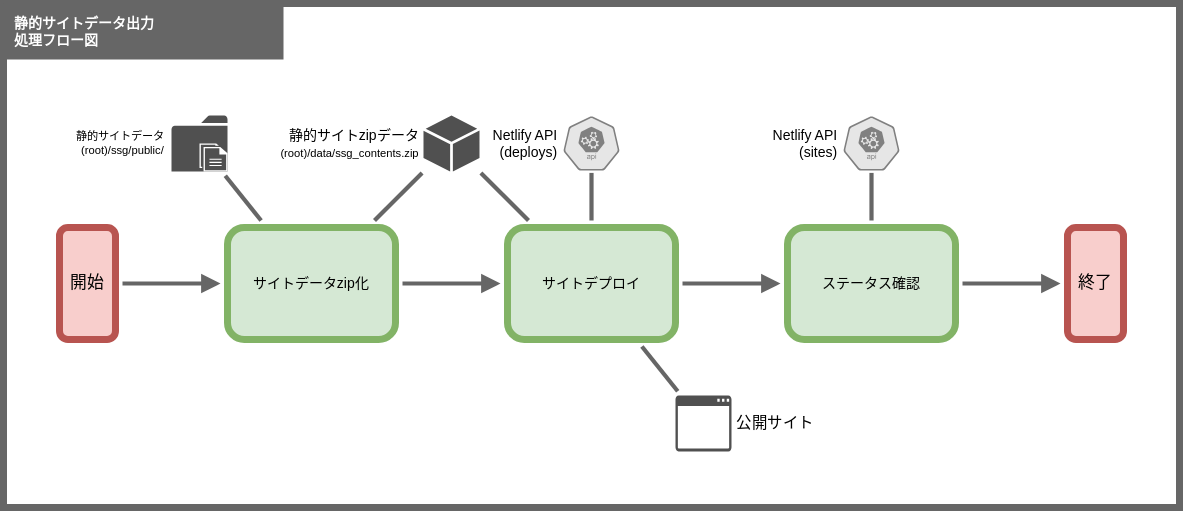
Before: doc/201_設計/01510205_サイト公開_処理フロー図.drawio.svg, a diagram exported from draw.io (take4bcreators/cafe-train-prj). Source tidied: cells renumbered, new cells last; positions are measured from the earlier drawing's top-left corner, leaving out a move shared by most shapes.
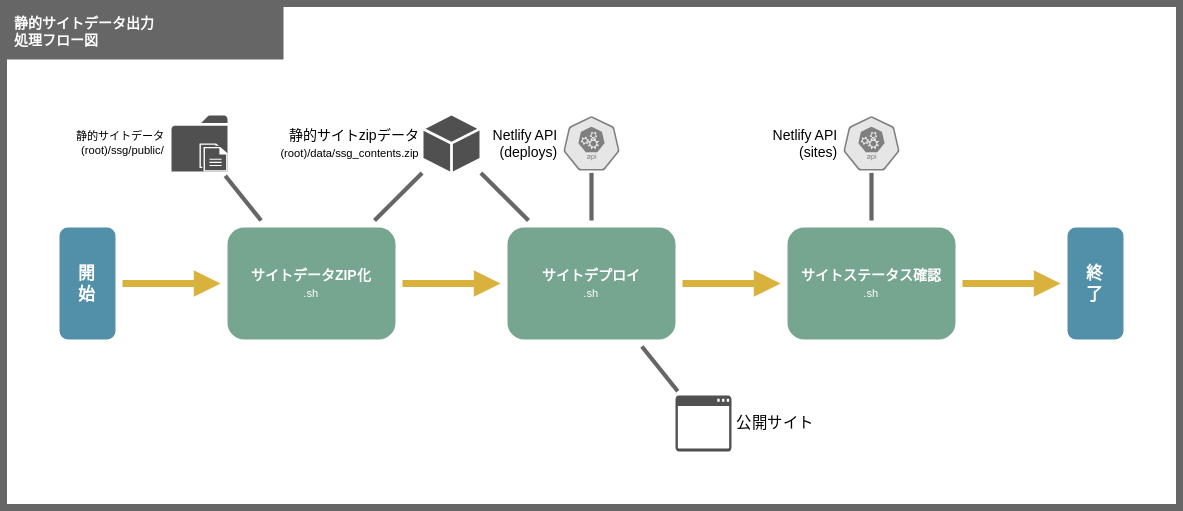
Above is the later version.

What changed in the source:
```diff
@@ -6,30 +6,15 @@
       <mxGeometry width="840" height="360" as="geometry" />
     </mxCell>
     <mxCell id="3" value="メイン" parent="0" />
-    <mxCell id="4" value="サイトデータzip化" style="rounded=1;whiteSpace=wrap;html=1;fillColor=#d5e8d4;strokeColor=#82b366;strokeWidth=5;fontSize=10;perimeterSpacing=5;" parent="3" vertex="1">
-      <mxGeometry x="160" y="160" width="120" height="80" as="geometry" />
-    </mxCell>
-    <mxCell id="5" style="edgeStyle=none;html=1;endArrow=block;endFill=1;strokeColor=#666666;strokeWidth=3;" parent="3" edge="1" source="6" target="4">
-      <mxGeometry relative="1" as="geometry" />
-    </mxCell>
-    <mxCell id="6" value="開始" style="rounded=1;whiteSpace=wrap;html=1;fillColor=#f8cecc;strokeColor=#b85450;strokeWidth=5;perimeterSpacing=5;" parent="3" vertex="1">
-      <mxGeometry x="40" y="160" width="40" height="80" as="geometry" />
-    </mxCell>
-    <mxCell id="7" style="edgeStyle=none;shape=connector;rounded=1;html=1;labelBackgroundColor=default;fontFamily=Helvetica;fontSize=11;fontColor=default;endArrow=none;endFill=0;strokeColor=#666666;strokeWidth=3;" parent="3" edge="1" source="13" target="4">
+    <mxCell id="7" style="edgeStyle=none;shape=connector;rounded=1;html=1;labelBackgroundColor=default;fontFamily=Helvetica;fontSize=11;fontColor=default;endArrow=none;endFill=0;strokeColor=#666666;strokeWidth=3;" parent="3" edge="1" source="13" target="28">
       <mxGeometry relative="1" as="geometry" />
     </mxCell>
-    <mxCell id="8" value="終了" style="rounded=1;whiteSpace=wrap;html=1;fillColor=#f8cecc;strokeColor=#b85450;strokeWidth=5;perimeterSpacing=5;" parent="3" vertex="1">
-      <mxGeometry x="760" y="160" width="40" height="80" as="geometry" />
-    </mxCell>
     <mxCell id="9" value="静的サイトデータ出力&lt;br&gt;処理フロー図" style="rounded=0;whiteSpace=wrap;html=1;fillColor=#666666;strokeColor=none;strokeWidth=5;fontSize=10;fontColor=#FFFFFF;align=left;spacingLeft=6;spacingRight=6;fontStyle=1;" parent="3" vertex="1">
       <mxGeometry width="200" height="40" as="geometry" />
     </mxCell>
-    <mxCell id="10" style="edgeStyle=none;shape=connector;rounded=1;html=1;labelBackgroundColor=default;fontFamily=Helvetica;fontSize=11;fontColor=default;endArrow=none;endFill=0;strokeColor=#666666;strokeWidth=3;" parent="3" edge="1" source="4" target="15">
+    <mxCell id="10" style="edgeStyle=none;shape=connector;rounded=1;html=1;labelBackgroundColor=default;fontFamily=Helvetica;fontSize=11;fontColor=default;endArrow=none;endFill=0;strokeColor=#666666;strokeWidth=3;" parent="3" edge="1" source="28" target="15">
       <mxGeometry relative="1" as="geometry" />
     </mxCell>
-    <mxCell id="11" value="サイトデプロイ" style="rounded=1;whiteSpace=wrap;html=1;fillColor=#d5e8d4;strokeColor=#82b366;strokeWidth=5;fontSize=10;perimeterSpacing=5;" parent="3" vertex="1">
-      <mxGeometry x="360" y="160" width="120" height="80" as="geometry" />
-    </mxCell>
     <mxCell id="12" value="静的サイトデータ&#10;(root)/ssg/public/" style="group;labelPosition=left;verticalLabelPosition=middle;align=right;verticalAlign=middle;spacingLeft=3;spacingRight=3;fontSize=8;perimeterSpacing=0;" parent="3" vertex="1">
       <mxGeometry x="120" y="80" width="40" height="40" as="geometry" />
     </mxCell>
@@ -42,38 +27,53 @@
     <mxCell id="15" value="静的サイトzipデータ&lt;br&gt;&lt;font style=&quot;font-size: 8px&quot;&gt;(root)/data/ssg_contents.zip&lt;/font&gt;" style="sketch=0;shadow=0;dashed=0;html=1;strokeColor=none;fillColor=#505050;labelPosition=left;verticalLabelPosition=middle;verticalAlign=middle;outlineConnect=0;align=right;shape=mxgraph.office.concepts.node_generic;fontSize=10;spacingLeft=2;spacingRight=2;perimeterSpacing=1;" parent="3" vertex="1">
       <mxGeometry x="300" y="80" width="40" height="40" as="geometry" />
     </mxCell>
-    <mxCell id="16" style="edgeStyle=none;shape=connector;rounded=1;html=1;labelBackgroundColor=default;fontFamily=Helvetica;fontSize=11;fontColor=default;endArrow=none;endFill=0;strokeColor=#666666;strokeWidth=3;" parent="3" edge="1" source="11" target="15">
+    <mxCell id="16" style="edgeStyle=none;shape=connector;rounded=1;html=1;labelBackgroundColor=default;fontFamily=Helvetica;fontSize=11;fontColor=default;endArrow=none;endFill=0;strokeColor=#666666;strokeWidth=3;" parent="3" edge="1" source="33" target="15">
       <mxGeometry relative="1" as="geometry" />
     </mxCell>
-    <mxCell id="17" style="edgeStyle=none;html=1;endArrow=block;endFill=1;strokeColor=#666666;strokeWidth=3;" parent="3" edge="1" source="4" target="11">
-      <mxGeometry relative="1" as="geometry" />
-    </mxCell>
     <mxCell id="18" value="公開サイト" style="sketch=0;shadow=0;dashed=0;html=1;strokeColor=none;fillColor=#505050;labelPosition=right;verticalLabelPosition=middle;verticalAlign=middle;outlineConnect=0;align=left;shape=mxgraph.office.concepts.application_generic;fontFamily=Helvetica;fontSize=11;fontColor=default;spacingLeft=2;spacingRight=2;perimeterSpacing=3;" parent="3" vertex="1">
       <mxGeometry x="480" y="280" width="40" height="40" as="geometry" />
     </mxCell>
-    <mxCell id="19" style="edgeStyle=none;shape=connector;rounded=1;html=1;labelBackgroundColor=default;fontFamily=Helvetica;fontSize=11;fontColor=default;endArrow=none;endFill=0;strokeColor=#666666;strokeWidth=3;" parent="3" edge="1" source="18" target="11">
+    <mxCell id="19" style="edgeStyle=none;shape=connector;rounded=1;html=1;labelBackgroundColor=default;fontFamily=Helvetica;fontSize=11;fontColor=default;endArrow=none;endFill=0;strokeColor=#666666;strokeWidth=3;" parent="3" edge="1" source="18" target="33">
       <mxGeometry relative="1" as="geometry" />
     </mxCell>
-    <mxCell id="20" value="ステータス確認" style="rounded=1;whiteSpace=wrap;html=1;fillColor=#d5e8d4;strokeColor=#82b366;strokeWidth=5;fontSize=10;perimeterSpacing=5;" parent="3" vertex="1">
-      <mxGeometry x="560" y="160" width="120" height="80" as="geometry" />
-    </mxCell>
-    <mxCell id="21" style="edgeStyle=none;html=1;endArrow=block;endFill=1;strokeColor=#666666;strokeWidth=3;" parent="3" edge="1" source="11" target="20">
-      <mxGeometry relative="1" as="geometry" />
-    </mxCell>
-    <mxCell id="22" style="edgeStyle=none;html=1;endArrow=block;endFill=1;strokeColor=#666666;strokeWidth=3;" parent="3" edge="1" source="20" target="8">
-      <mxGeometry relative="1" as="geometry" />
-    </mxCell>
     <mxCell id="23" value="&lt;font style=&quot;font-size: 10px&quot;&gt;Netlify API&lt;br&gt;(deploys)&lt;br&gt;&lt;/font&gt;" style="sketch=0;html=1;dashed=0;whitespace=wrap;fillColor=#E6E6E6;strokeColor=#808080;points=[[0.005,0.63,0],[0.1,0.2,0],[0.9,0.2,0],[0.5,0,0],[0.995,0.63,0],[0.72,0.99,0],[0.5,1,0],[0.28,0.99,0]];shape=mxgraph.kubernetes.icon;prIcon=api;fontFamily=Helvetica;fontSize=8;fontColor=default;spacingLeft=3;labelPosition=left;verticalLabelPosition=middle;align=right;verticalAlign=middle;spacingRight=3;strokeWidth=3;perimeterSpacing=1;" parent="3" vertex="1">
       <mxGeometry x="400" y="80" width="40" height="40" as="geometry" />
     </mxCell>
-    <mxCell id="24" style="edgeStyle=none;shape=connector;rounded=1;html=1;labelBackgroundColor=default;fontFamily=Helvetica;fontSize=11;fontColor=default;endArrow=none;endFill=0;strokeColor=#666666;strokeWidth=3;" parent="3" edge="1" source="11" target="23">
+    <mxCell id="24" style="edgeStyle=none;shape=connector;rounded=1;html=1;labelBackgroundColor=default;fontFamily=Helvetica;fontSize=11;fontColor=default;endArrow=none;endFill=0;strokeColor=#666666;strokeWidth=3;" parent="3" edge="1" source="33" target="23">
       <mxGeometry relative="1" as="geometry" />
     </mxCell>
     <mxCell id="25" value="&lt;font style=&quot;font-size: 10px&quot;&gt;Netlify API&lt;br&gt;(sites)&lt;br&gt;&lt;/font&gt;" style="sketch=0;html=1;dashed=0;whitespace=wrap;fillColor=#E6E6E6;strokeColor=#808080;points=[[0.005,0.63,0],[0.1,0.2,0],[0.9,0.2,0],[0.5,0,0],[0.995,0.63,0],[0.72,0.99,0],[0.5,1,0],[0.28,0.99,0]];shape=mxgraph.kubernetes.icon;prIcon=api;fontFamily=Helvetica;fontSize=8;fontColor=default;spacingLeft=3;labelPosition=left;verticalLabelPosition=middle;align=right;verticalAlign=middle;spacingRight=3;strokeWidth=3;perimeterSpacing=1;" parent="3" vertex="1">
       <mxGeometry x="600" y="80" width="40" height="40" as="geometry" />
     </mxCell>
-    <mxCell id="26" style="edgeStyle=none;shape=connector;rounded=1;html=1;labelBackgroundColor=default;fontFamily=Helvetica;fontSize=11;fontColor=default;endArrow=none;endFill=0;strokeColor=#666666;strokeWidth=3;" parent="3" edge="1" source="20" target="25">
+    <mxCell id="26" style="edgeStyle=none;shape=connector;rounded=1;html=1;labelBackgroundColor=default;fontFamily=Helvetica;fontSize=11;fontColor=default;endArrow=none;endFill=0;strokeColor=#666666;strokeWidth=3;" parent="3" edge="1" source="35" target="25">
       <mxGeometry relative="1" as="geometry" />
     </mxCell>
+    <mxCell id="27" style="edgeStyle=none;shape=connector;rounded=1;html=1;labelBackgroundColor=default;fontFamily=Helvetica;fontSize=10;fontColor=default;startArrow=none;endArrow=block;endFill=1;strokeColor=#D9B23D;strokeWidth=5;" parent="3" edge="1" source="28" target="33">
+      <mxGeometry relative="1" as="geometry" />
+    </mxCell>
+    <mxCell id="28" value="&lt;div&gt;&lt;span&gt;&lt;b&gt;サイトデータZIP化&lt;/b&gt;&lt;/span&gt;&lt;/div&gt;&lt;span&gt;&lt;font style=&quot;font-size: 8px&quot;&gt;.sh&lt;/font&gt;&lt;/span&gt;" style="rounded=1;whiteSpace=wrap;html=1;fillColor=#76A68F;strokeColor=none;strokeWidth=5;fontSize=10;perimeterSpacing=5;fontColor=#FFFFFF;align=center;" parent="3" vertex="1">
+      <mxGeometry x="160" y="160" width="120" height="80" as="geometry" />
+    </mxCell>
+    <mxCell id="29" style="edgeStyle=none;shape=connector;rounded=1;html=1;labelBackgroundColor=default;fontFamily=Helvetica;fontSize=10;fontColor=default;endArrow=block;endFill=1;strokeColor=#D9B23D;strokeWidth=5;startArrow=none;" parent="3" edge="1" source="30" target="28">
+      <mxGeometry relative="1" as="geometry" />
+    </mxCell>
+    <mxCell id="30" value="開&lt;br&gt;始" style="rounded=1;whiteSpace=wrap;html=1;fillColor=#528FA8;strokeColor=none;strokeWidth=5;perimeterSpacing=5;fontColor=#FFFFFF;fontStyle=1;" parent="3" vertex="1">
+      <mxGeometry x="40" y="160" width="40" height="80" as="geometry" />
+    </mxCell>
+    <mxCell id="31" value="終&lt;br&gt;了" style="rounded=1;whiteSpace=wrap;html=1;fillColor=#528FA8;strokeColor=none;strokeWidth=5;perimeterSpacing=5;fontColor=#FFFFFF;fontStyle=1;" parent="3" vertex="1">
+      <mxGeometry x="760" y="160" width="40" height="80" as="geometry" />
+    </mxCell>
+    <mxCell id="32" style="edgeStyle=none;shape=connector;rounded=1;html=1;labelBackgroundColor=default;fontFamily=Helvetica;fontSize=10;fontColor=default;startArrow=none;endArrow=block;endFill=1;strokeColor=#D9B23D;strokeWidth=5;" parent="3" edge="1" source="33" target="35">
+      <mxGeometry relative="1" as="geometry" />
+    </mxCell>
+    <mxCell id="33" value="&lt;div&gt;&lt;span&gt;&lt;b&gt;サイトデプロイ&lt;/b&gt;&lt;/span&gt;&lt;/div&gt;&lt;span&gt;&lt;font style=&quot;font-size: 8px&quot;&gt;.sh&lt;/font&gt;&lt;/span&gt;" style="rounded=1;whiteSpace=wrap;html=1;fillColor=#76A68F;strokeColor=none;strokeWidth=5;fontSize=10;perimeterSpacing=5;fontColor=#FFFFFF;align=center;" parent="3" vertex="1">
+      <mxGeometry x="360" y="160" width="120" height="80" as="geometry" />
+    </mxCell>
+    <mxCell id="34" style="edgeStyle=none;shape=connector;rounded=1;html=1;labelBackgroundColor=default;fontFamily=Helvetica;fontSize=10;fontColor=default;startArrow=none;endArrow=block;endFill=1;strokeColor=#D9B23D;strokeWidth=5;" parent="3" edge="1" source="35" target="31">
+      <mxGeometry relative="1" as="geometry" />
+    </mxCell>
+    <mxCell id="35" value="&lt;div&gt;&lt;span&gt;&lt;b&gt;サイトステータス確認&lt;/b&gt;&lt;/span&gt;&lt;/div&gt;&lt;span&gt;&lt;font style=&quot;font-size: 8px&quot;&gt;.sh&lt;/font&gt;&lt;/span&gt;" style="rounded=1;whiteSpace=wrap;html=1;fillColor=#76A68F;strokeColor=none;strokeWidth=5;fontSize=10;perimeterSpacing=5;fontColor=#FFFFFF;align=center;" parent="3" vertex="1">
+      <mxGeometry x="560" y="160" width="120" height="80" as="geometry" />
+    </mxCell>
   </root>
 </mxGraphModel>
```
